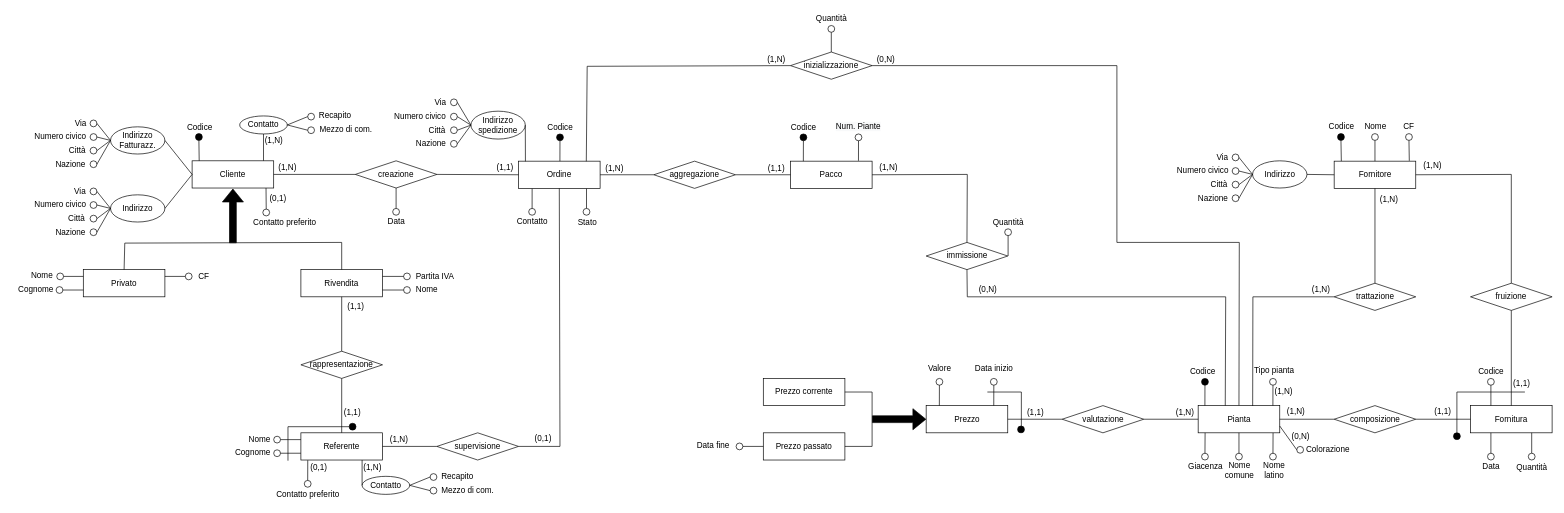
Before: ER-diagrams/ER-master.drawio in nic-agos/Verde-S.R.L, a draw.io diagram. Source tidied: cells renumbered, new cells numbered last; positions are measured from the earlier drawing's top-left corner, leaving out a move shared by most shapes. Both pictures are drawn from the tidied source at 68%, with x=0, y=0 at pixel (12, 12).
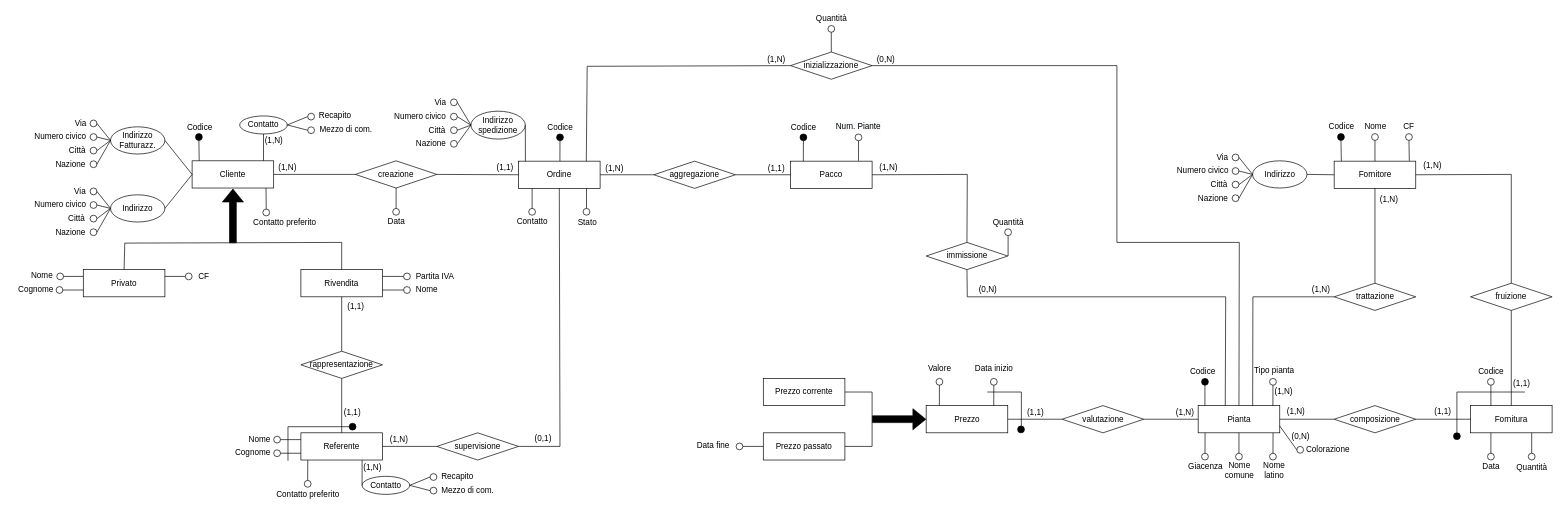
After the change.

The edit, as a diff of the source:
```diff
@@
-    <mxCell id="205" value="(0,1)" style="text;html=1;align=center;verticalAlign=middle;strokeColor=none;fillColor=none;" parent="1" vertex="1">
-      <mxGeometry x="371" y="264" width="40" height="20" as="geometry" />
-    </mxCell>
@@
-    <mxCell id="220" value="(0,1)" style="text;html=1;align=center;verticalAlign=middle;strokeColor=none;fillColor=none;" parent="1" vertex="1">
-      <mxGeometry x="431" y="660" width="40" height="20" as="geometry" />
-    </mxCell>
```
